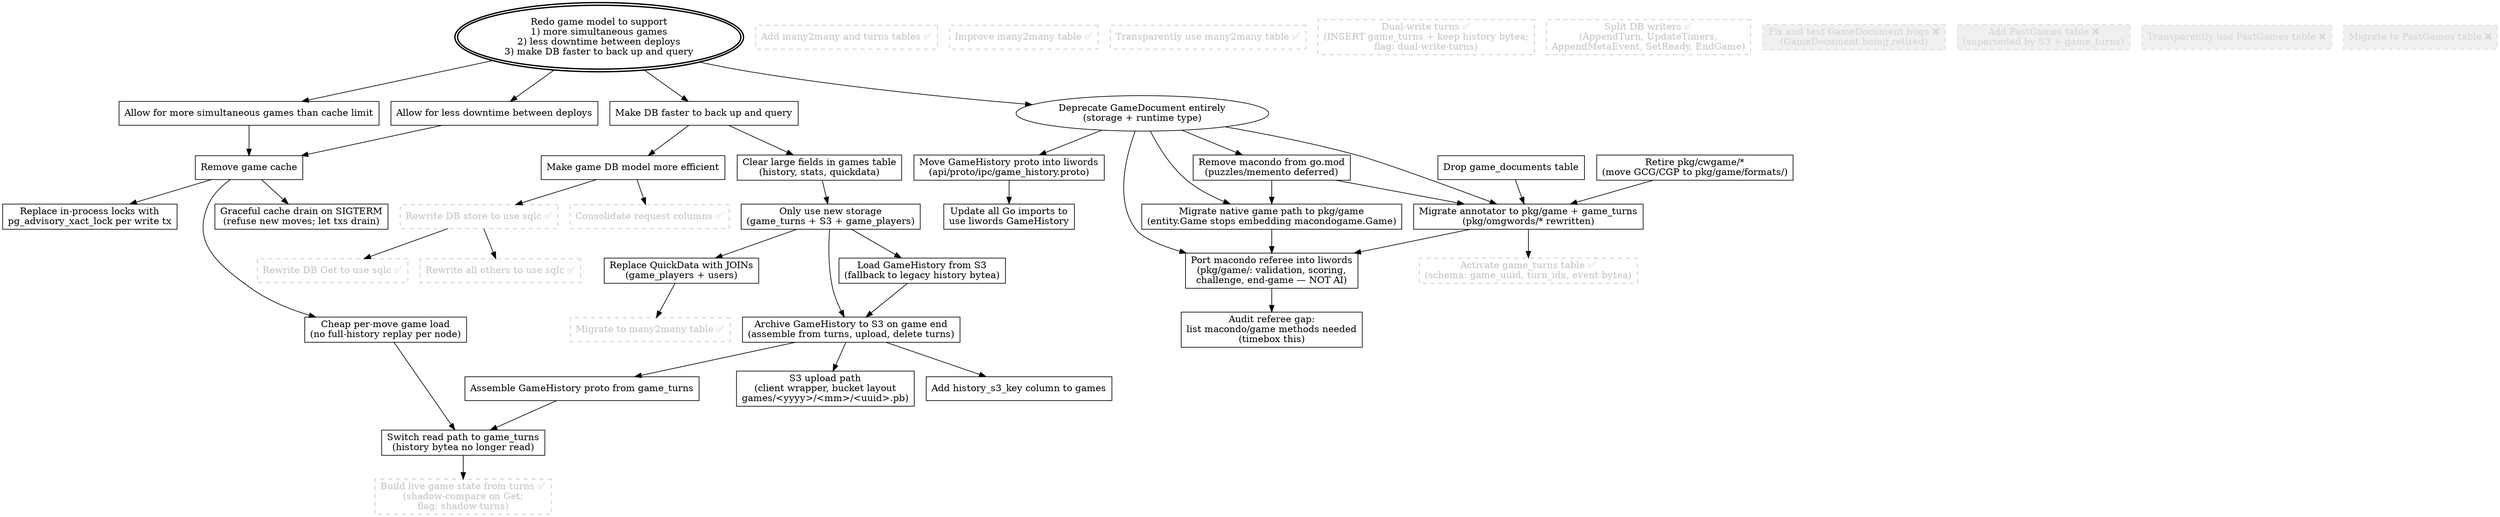
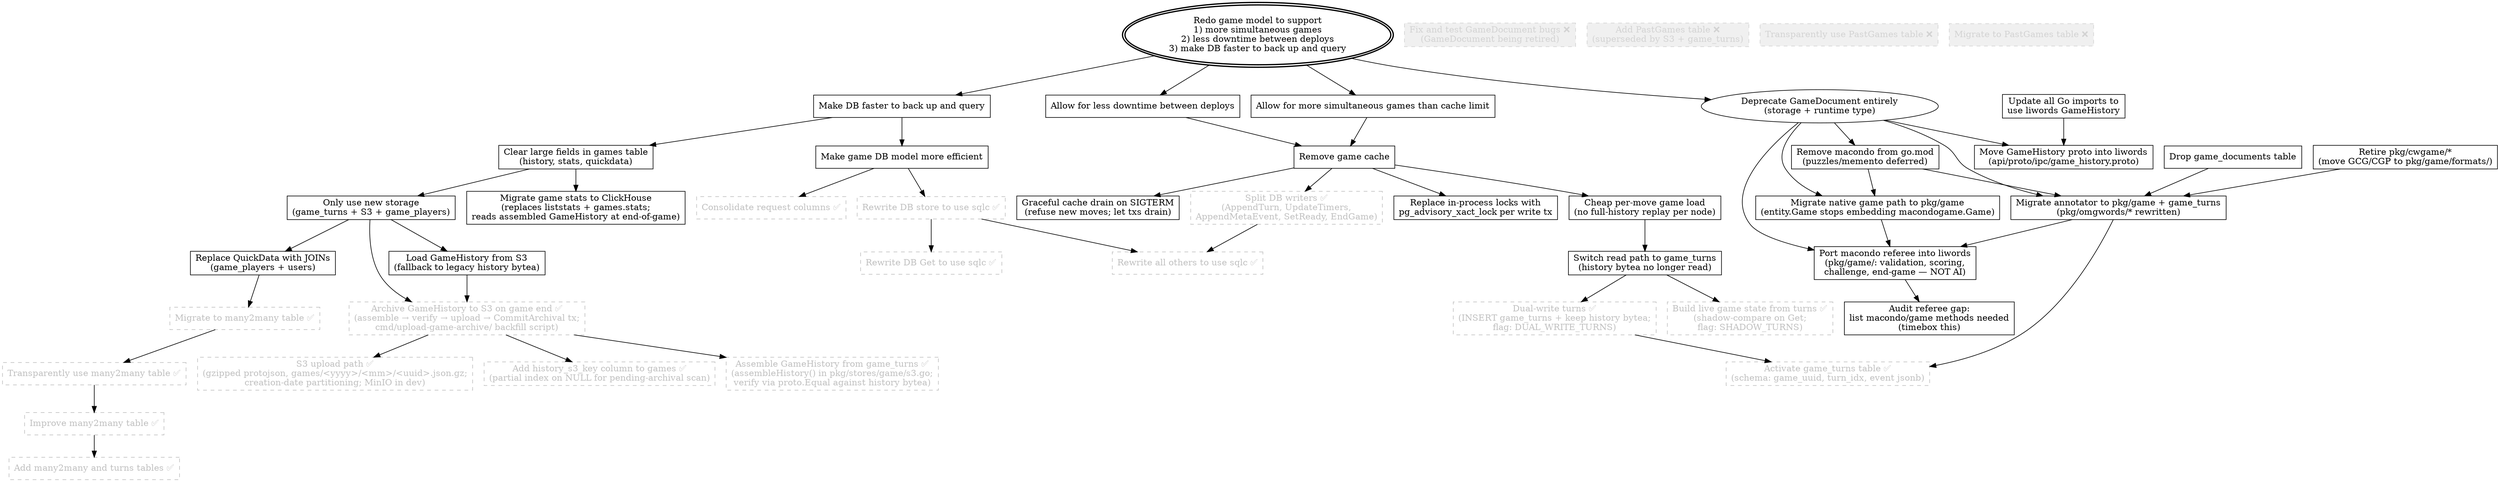
digraph RedoGameModel {
    Goal [label = "Redo game model to support\n1) more simultaneous games\n2) less downtime between deploys\n3) make DB faster to back up and query";shape = oval;peripheries = 2;style = bold;];

    // ── Completed nodes ✅ ────────────────────────────────────────────────
    node [shape = box; color = gray; fontcolor = gray; style = dashed;];
    DBGet [label = "Rewrite DB Get to use sqlc ✅";];
    AddOtherTables [label = "Add many2many and turns tables ✅";];
    SQLCDBStore [label = "Rewrite DB store to use sqlc ✅";];
    SQLCOtherFuncs [label = "Rewrite all others to use sqlc ✅";];
    ConsolidateRequestColumns [label = "Consolidate request columns ✅";];
    ImproveMany2ManyTable [label = "Improve many2many table ✅";];
    UseMany2ManyTable [label = "Transparently use many2many table ✅";];
    MigrateToMany2ManyTable [label = "Migrate to many2many table ✅";];
-     ActivateGameTurnsTable [label = "Activate game_turns table ✅\n(schema: game_uuid, turn_idx, event bytea)";];
-     DualWriteTurns [label = "Dual-write turns ✅\n(INSERT game_turns + keep history bytea;\nflag: dual-write-turns)";];
+     ActivateGameTurnsTable [label = "Activate game_turns table ✅\n(schema: game_uuid, turn_idx, event jsonb)";];
+     DualWriteTurns [label = "Dual-write turns ✅\n(INSERT game_turns + keep history bytea;\nflag: DUAL_WRITE_TURNS)";];
    SplitDBWriters [label = "Split DB writers ✅\n(AppendTurn, UpdateTimers,\nAppendMetaEvent, SetReady, EndGame)";];
-     BuildLiveStateFromTurns [label = "Build live game state from turns ✅\n(shadow-compare on Get;\nflag: shadow-turns)";];
+     BuildLiveStateFromTurns [label = "Build live game state from turns ✅\n(shadow-compare on Get;\nflag: SHADOW_TURNS)";];
+     AssembleHistoryFromTurns [label = "Assemble GameHistory from game_turns ✅\n(assembleHistory() in pkg/stores/game/s3.go;\nverify via proto.Equal against history bytea)";];
+     S3UploadPath [label = "S3 upload path ✅\n(gzipped protojson, games/<yyyy>/<mm>/<uuid>.json.gz;\ncreation-date partitioning; MinIO in dev)";];
+     S3UrlColumnOnGames [label = "Add history_s3_key column to games ✅\n(partial index on NULL for pending-archival scan)";];
+     S3ArchiveOnGameEnd [label = "Archive GameHistory to S3 on game end ✅\n(assemble → verify → upload → CommitArchival tx;\ncmd/upload-game-archive/ backfill script)";];

    // ── Dropped nodes ❌ ──────────────────────────────────────────────────
    node [shape = box; color = lightgray; fontcolor = lightgray; style = "dashed,filled"; fillcolor = "#f0f0f0";];
    FixGameDocumentBugs [label = "Fix and test GameDocument bugs ❌\n(GameDocument being retired)";];
    AddPastGamesTable [label = "Add PastGames table ❌\n(superseded by S3 + game_turns)";];
    UsePastGamesTable [label = "Transparently use PastGames table ❌";];
    MigrateToPastGamesTable [label = "Migrate to PastGames table ❌";];

    // ── Open nodes ────────────────────────────────────────────────────────
    node [shape = box; color = black; fontcolor = black; style = solid; fillcolor = white;];

    MoreSimultaneousGames [label = "Allow for more simultaneous games than cache limit";];
    LessDowntimeBetweenDeploys [label = "Allow for less downtime between deploys";];
    MakeDBFaster [label = "Make DB faster to back up and query";];

    RemoveGameCache [label = "Remove game cache";];
    EfficientTable [label = "Make game DB model more efficient";];

    // ── RemoveGameCache prerequisites ─────────────────────────────────────
    AdvisoryLockWriters [label = "Replace in-process locks with\npg_advisory_xact_lock per write tx";];

    CheapGameLoad [label = "Cheap per-move game load\n(no full-history replay per node)";];
    ReadPathFromTurns [label = "Switch read path to game_turns\n(history bytea no longer read)";];

    GracefulCacheDrain [label = "Graceful cache drain on SIGTERM\n(refuse new moves; let txs drain)";];

    // ── MakeDBFaster prerequisites ────────────────────────────────────────
    ClearLargeFields [label = "Clear large fields in games table\n(history, stats, quickdata)";];
+     MigrateStatsToClickhouse [label = "Migrate game stats to ClickHouse\n(replaces liststats + games.stats;\nreads assembled GameHistory at end-of-game)";];
    OnlyUseNewStorage [label = "Only use new storage\n(game_turns + S3 + game_players)";];
    ReplaceQuickData [label = "Replace QuickData with JOINs\n(game_players + users)";];

-     S3ArchiveOnGameEnd [label = "Archive GameHistory to S3 on game end\n(assemble from turns, upload, delete turns)";];
-     AssembleHistoryFromTurns [label = "Assemble GameHistory proto from game_turns";];
-     S3UploadPath [label = "S3 upload path\n(client wrapper, bucket layout\ngames/<yyyy>/<mm>/<uuid>.pb)";];
-     S3UrlColumnOnGames [label = "Add history_s3_key column to games";];
    S3LoadPath [label = "Load GameHistory from S3\n(fallback to legacy history bytea)";];

    // ── DeprecateGameDocument branch ──────────────────────────────────────
    DeprecateGameDocument [label = "Deprecate GameDocument entirely\n(storage + runtime type)";shape = oval;];

    MoveGameHistoryProto [label = "Move GameHistory proto into liwords\n(api/proto/ipc/game_history.proto)";];
    UpdateGoImports [label = "Update all Go imports to\nuse liwords GameHistory";];

    PortMacondoReferee [label = "Port macondo referee into liwords\n(pkg/game/: validation, scoring,\nchallenge, end-game — NOT AI)";];
    AuditRefereeGap [label = "Audit referee gap:\nlist macondo/game methods needed\n(timebox this)";];

    MigrateNativeGamesToPkgGame [label = "Migrate native game path to pkg/game\n(entity.Game stops embedding macondogame.Game)";];
    MigrateAnnotatorToPkgGame [label = "Migrate annotator to pkg/game + game_turns\n(pkg/omgwords/* rewritten)";];
    DropGameDocumentsTable [label = "Drop game_documents table";];
    RetireCwgame [label = "Retire pkg/cwgame/*\n(move GCG/CGP to pkg/game/formats/)";];
    RemoveMacondoRuntimeDep [label = "Remove macondo from go.mod\n(puzzles/memento deferred)";];

    // ── Edges: Goal ───────────────────────────────────────────────────────
    Goal -> MoreSimultaneousGames;
    Goal -> LessDowntimeBetweenDeploys;
    Goal -> MakeDBFaster;
    Goal -> DeprecateGameDocument;

    // ── Edges: RemoveGameCache ────────────────────────────────────────────
    MoreSimultaneousGames -> RemoveGameCache;
    LessDowntimeBetweenDeploys -> RemoveGameCache;

    RemoveGameCache -> AdvisoryLockWriters;
+     RemoveGameCache -> SplitDBWriters;
    RemoveGameCache -> CheapGameLoad;
    RemoveGameCache -> GracefulCacheDrain;
+     SplitDBWriters -> SQLCOtherFuncs;

    CheapGameLoad -> ReadPathFromTurns;
+     ReadPathFromTurns -> DualWriteTurns;
+     DualWriteTurns -> ActivateGameTurnsTable;
    ReadPathFromTurns -> BuildLiveStateFromTurns;

    // ── Edges: MakeDBFaster ───────────────────────────────────────────────
    MakeDBFaster -> EfficientTable;
    MakeDBFaster -> ClearLargeFields;

    EfficientTable -> ConsolidateRequestColumns;
    EfficientTable -> SQLCDBStore;
    SQLCDBStore -> DBGet;
    SQLCDBStore -> SQLCOtherFuncs;

    ClearLargeFields -> OnlyUseNewStorage;
+     ClearLargeFields -> MigrateStatsToClickhouse;
    OnlyUseNewStorage -> ReplaceQuickData;
    OnlyUseNewStorage -> S3ArchiveOnGameEnd;
    OnlyUseNewStorage -> S3LoadPath;

    ReplaceQuickData -> MigrateToMany2ManyTable;
+     MigrateToMany2ManyTable -> UseMany2ManyTable;
+     UseMany2ManyTable -> ImproveMany2ManyTable;
+     ImproveMany2ManyTable -> AddOtherTables;

    S3ArchiveOnGameEnd -> AssembleHistoryFromTurns;
    S3ArchiveOnGameEnd -> S3UploadPath;
    S3ArchiveOnGameEnd -> S3UrlColumnOnGames;
-     AssembleHistoryFromTurns -> ReadPathFromTurns;
    S3LoadPath -> S3ArchiveOnGameEnd;

    // ── Edges: DeprecateGameDocument ──────────────────────────────────────
    DeprecateGameDocument -> MoveGameHistoryProto;
    DeprecateGameDocument -> PortMacondoReferee;
    DeprecateGameDocument -> MigrateNativeGamesToPkgGame;
    DeprecateGameDocument -> MigrateAnnotatorToPkgGame;
    DeprecateGameDocument -> RemoveMacondoRuntimeDep;

-     MoveGameHistoryProto -> UpdateGoImports;
+     UpdateGoImports -> MoveGameHistoryProto;
    PortMacondoReferee -> AuditRefereeGap;
    MigrateNativeGamesToPkgGame -> PortMacondoReferee;
    MigrateAnnotatorToPkgGame -> PortMacondoReferee;
    MigrateAnnotatorToPkgGame -> ActivateGameTurnsTable;
    DropGameDocumentsTable -> MigrateAnnotatorToPkgGame;
    RetireCwgame -> MigrateAnnotatorToPkgGame;
    RemoveMacondoRuntimeDep -> MigrateNativeGamesToPkgGame;
    RemoveMacondoRuntimeDep -> MigrateAnnotatorToPkgGame;
}
